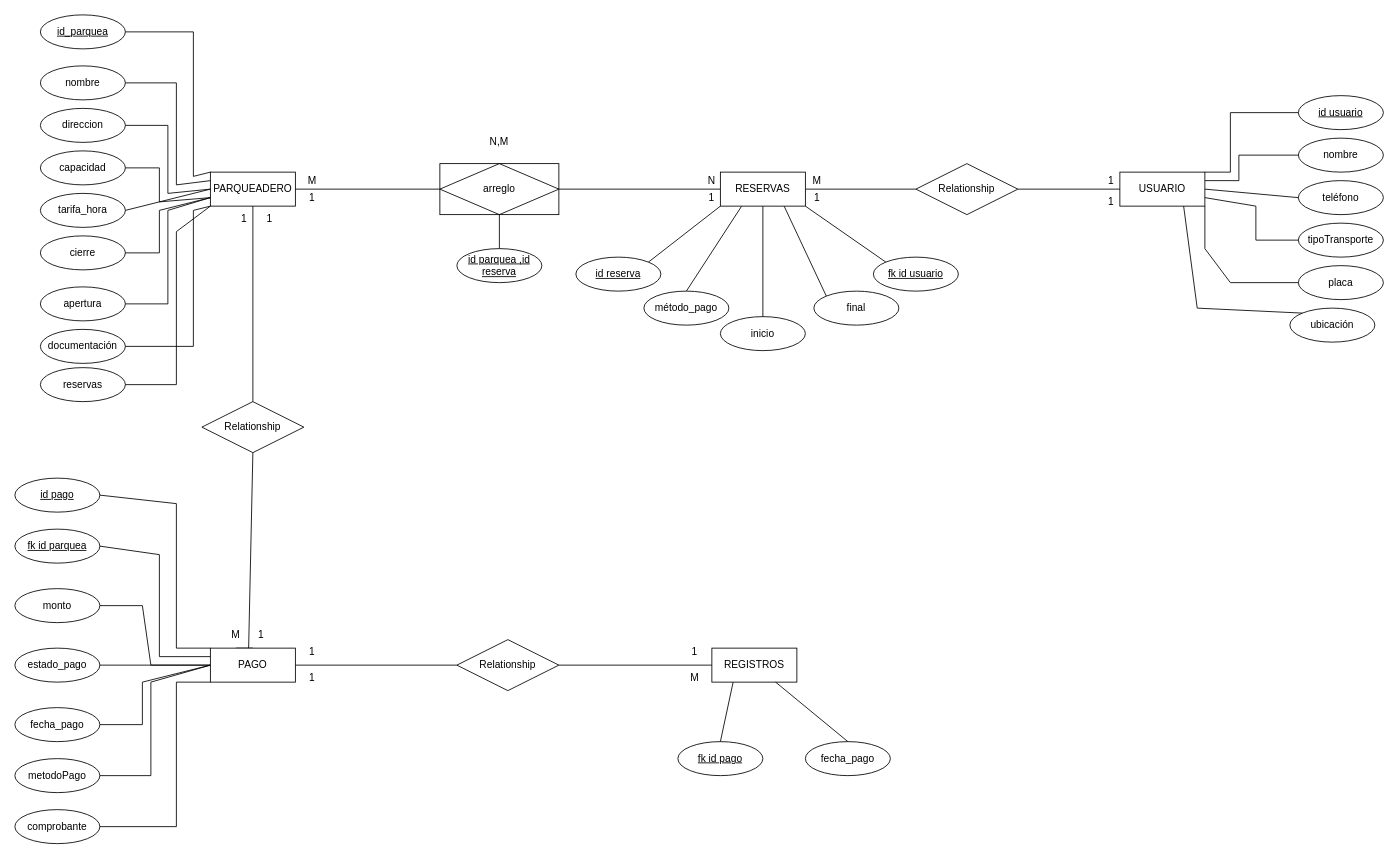
Above: jenny/Zona blue.drawio in juban1234/copia_seguridad (draw.io), before the change. Source tidied: cells renumbered, new cells numbered last; positions are measured from the earlier drawing's top-left corner, leaving out a move shared by most shapes. Both pictures are drawn from the tidied source at 85%, with x=0, y=0 at pixel (14, 14).
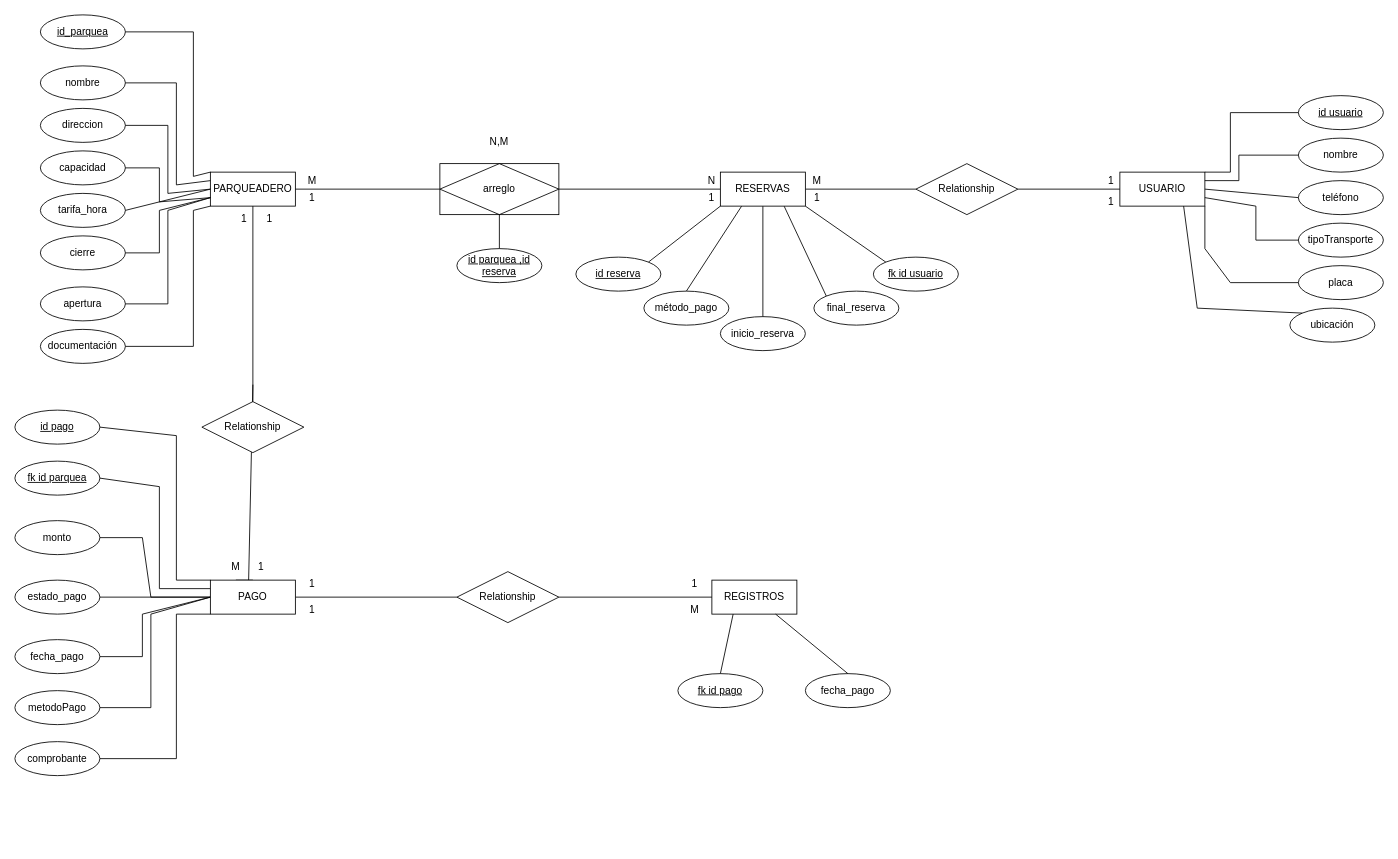
Above is the later version.

The change refers to these unchanged cells:
```xml
<mxCell id="3" value="PARQUEADERO" style="whiteSpace=wrap;html=1;align=center;" parent="1" vertex="1">
  <mxGeometry x="230" y="185" width="100" height="40" as="geometry" />
</mxCell>
```

The edit, as a diff of the source:
```diff
@@
     <mxCell id="20" value="REGISTROS" style="whiteSpace=wrap;html=1;align=center;" parent="1" vertex="1">
-      <mxGeometry x="820" y="745" width="100" height="40" as="geometry" />
+      <mxGeometry x="820" y="665" width="100" height="40" as="geometry" />
     </mxCell>
@@
-    <mxCell id="22" value="inicio" style="ellipse;whiteSpace=wrap;html=1;align=center;" parent="1" vertex="1">
+    <mxCell id="22" value="inicio_reserva" style="ellipse;whiteSpace=wrap;html=1;align=center;" parent="1" vertex="1">
       <mxGeometry x="830" y="355" width="100" height="40" as="geometry" />
     </mxCell>
-    <mxCell id="23" value="final" style="ellipse;whiteSpace=wrap;html=1;align=center;" parent="1" vertex="1">
+    <mxCell id="23" value="final_reserva" style="ellipse;whiteSpace=wrap;html=1;align=center;" parent="1" vertex="1">
       <mxGeometry x="940" y="325" width="100" height="40" as="geometry" />
     </mxCell>
@@
     <mxCell id="40" value="fecha_pago" style="ellipse;whiteSpace=wrap;html=1;align=center;" parent="1" vertex="1">
-      <mxGeometry x="930" y="855" width="100" height="40" as="geometry" />
+      <mxGeometry x="930" y="775" width="100" height="40" as="geometry" />
     </mxCell>
     <mxCell id="41" value="fk id pago" style="ellipse;whiteSpace=wrap;html=1;align=center;fontStyle=4;" parent="1" vertex="1">
-      <mxGeometry x="780" y="855" width="100" height="40" as="geometry" />
+      <mxGeometry x="780" y="775" width="100" height="40" as="geometry" />
     </mxCell>
@@
     <mxCell id="44" value="id pago" style="ellipse;whiteSpace=wrap;html=1;align=center;fontStyle=4;" parent="1" vertex="1">
-      <mxGeometry y="545" width="100" height="40" as="geometry" />
+      <mxGeometry y="465" width="100" height="40" as="geometry" />
     </mxCell>
     <mxCell id="45" value="fk id parquea" style="ellipse;whiteSpace=wrap;html=1;align=center;fontStyle=4;" parent="1" vertex="1">
-      <mxGeometry y="605" width="100" height="40" as="geometry" />
+      <mxGeometry y="525" width="100" height="40" as="geometry" />
     </mxCell>
     <mxCell id="46" value="monto" style="ellipse;whiteSpace=wrap;html=1;align=center;" parent="1" vertex="1">
-      <mxGeometry y="675" width="100" height="40" as="geometry" />
+      <mxGeometry y="595" width="100" height="40" as="geometry" />
     </mxCell>
     <mxCell id="47" value="fecha_pago" style="ellipse;whiteSpace=wrap;html=1;align=center;" parent="1" vertex="1">
-      <mxGeometry y="815" width="100" height="40" as="geometry" />
+      <mxGeometry y="735" width="100" height="40" as="geometry" />
     </mxCell>
     <mxCell id="48" value="metodoPago" style="ellipse;whiteSpace=wrap;html=1;align=center;" parent="1" vertex="1">
-      <mxGeometry y="875" width="100" height="40" as="geometry" />
+      <mxGeometry y="795" width="100" height="40" as="geometry" />
     </mxCell>
     <mxCell id="49" value="&lt;div style=&quot;text-align: left;&quot;&gt;&lt;span style=&quot;background-color: initial;&quot;&gt;estado_pago&lt;/span&gt;&lt;/div&gt;" style="ellipse;whiteSpace=wrap;html=1;align=center;" parent="1" vertex="1">
-      <mxGeometry y="745" width="100" height="40" as="geometry" />
+      <mxGeometry y="665" width="100" height="40" as="geometry" />
     </mxCell>
     <mxCell id="50" value="comprobante" style="ellipse;whiteSpace=wrap;html=1;align=center;" parent="1" vertex="1">
-      <mxGeometry y="935" width="100" height="40" as="geometry" />
+      <mxGeometry y="855" width="100" height="40" as="geometry" />
     </mxCell>
     <mxCell id="51" style="endArrow=none;html=1;rounded=0;exitX=1;exitY=0.5;exitDx=0;exitDy=0;entryX=0;entryY=0;entryDx=0;entryDy=0;" parent="1" edge="1" source="44">
       <mxGeometry relative="1" as="geometry">
-        <mxPoint x="230" y="745" as="targetPoint" />
+        <mxPoint x="230" y="665" as="targetPoint" />
         <Array as="points">
-          <mxPoint x="190" y="575" />
-          <mxPoint x="190" y="745" />
+          <mxPoint x="190" y="495" />
+          <mxPoint x="190" y="665" />
         </Array>
       </mxGeometry>
     </mxCell>
     <mxCell id="52" style="endArrow=none;html=1;rounded=0;exitX=1;exitY=0.5;exitDx=0;exitDy=0;entryX=0;entryY=0.25;entryDx=0;entryDy=0;" parent="1" edge="1" source="45">
       <mxGeometry relative="1" as="geometry">
-        <mxPoint x="230" y="755" as="targetPoint" />
+        <mxPoint x="230" y="675" as="targetPoint" />
         <Array as="points">
-          <mxPoint x="170" y="635" />
-          <mxPoint x="170" y="755" />
+          <mxPoint x="170" y="555" />
+          <mxPoint x="170" y="675" />
         </Array>
       </mxGeometry>
     </mxCell>
     <mxCell id="53" style="endArrow=none;html=1;rounded=0;exitX=1;exitY=0.5;exitDx=0;exitDy=0;entryX=0;entryY=0.5;entryDx=0;entryDy=0;" parent="1" edge="1" source="46">
       <mxGeometry relative="1" as="geometry">
-        <mxPoint x="230" y="765" as="targetPoint" />
+        <mxPoint x="230" y="685" as="targetPoint" />
         <Array as="points">
-          <mxPoint x="150" y="695" />
-          <mxPoint x="160" y="765" />
+          <mxPoint x="150" y="615" />
+          <mxPoint x="160" y="685" />
         </Array>
       </mxGeometry>
     </mxCell>
     <mxCell id="54" style="endArrow=none;html=1;rounded=0;exitX=1;exitY=0.5;exitDx=0;exitDy=0;entryX=0;entryY=1;entryDx=0;entryDy=0;" parent="1" edge="1" source="50">
       <mxGeometry relative="1" as="geometry">
-        <mxPoint x="230" y="785" as="targetPoint" />
+        <mxPoint x="230" y="705" as="targetPoint" />
         <Array as="points">
-          <mxPoint x="190" y="955" />
-          <mxPoint x="190" y="785" />
+          <mxPoint x="190" y="875" />
+          <mxPoint x="190" y="705" />
         </Array>
       </mxGeometry>
     </mxCell>
     <mxCell id="55" style="endArrow=none;html=1;rounded=0;exitX=1;exitY=0.5;exitDx=0;exitDy=0;entryX=0;entryY=0.5;entryDx=0;entryDy=0;" parent="1" edge="1" source="48">
       <mxGeometry relative="1" as="geometry">
-        <mxPoint x="230" y="765" as="targetPoint" />
+        <mxPoint x="230" y="685" as="targetPoint" />
         <Array as="points">
-          <mxPoint x="160" y="895" />
-          <mxPoint x="160" y="785" />
+          <mxPoint x="160" y="815" />
+          <mxPoint x="160" y="705" />
         </Array>
       </mxGeometry>
     </mxCell>
     <mxCell id="56" style="endArrow=none;html=1;rounded=0;exitX=1;exitY=0.5;exitDx=0;exitDy=0;entryX=0;entryY=0.5;entryDx=0;entryDy=0;" parent="1" edge="1" source="47">
       <mxGeometry relative="1" as="geometry">
-        <mxPoint x="230" y="765" as="targetPoint" />
+        <mxPoint x="230" y="685" as="targetPoint" />
         <Array as="points">
-          <mxPoint x="150" y="835" />
-          <mxPoint x="150" y="785" />
+          <mxPoint x="150" y="755" />
+          <mxPoint x="150" y="705" />
         </Array>
       </mxGeometry>
     </mxCell>
     <mxCell id="57" style="endArrow=none;html=1;rounded=0;exitX=1;exitY=0.5;exitDx=0;exitDy=0;entryX=0;entryY=0.5;entryDx=0;entryDy=0;" parent="1" edge="1" source="49">
       <mxGeometry relative="1" as="geometry">
-        <mxPoint x="230" y="765" as="targetPoint" />
+        <mxPoint x="230" y="685" as="targetPoint" />
       </mxGeometry>
     </mxCell>
@@
     <mxCell id="69" style="endArrow=none;html=1;rounded=0;exitX=1;exitY=0.5;exitDx=0;exitDy=0;entryX=0;entryY=0.5;entryDx=0;entryDy=0;" parent="1" edge="1">
       <mxGeometry relative="1" as="geometry">
-        <mxPoint x="330" y="765" as="sourcePoint" />
-        <mxPoint x="520" y="765" as="targetPoint" />
+        <mxPoint x="330" y="685" as="sourcePoint" />
+        <mxPoint x="520" y="685" as="targetPoint" />
       </mxGeometry>
     </mxCell>
     <mxCell id="70" style="endArrow=none;html=1;rounded=0;exitX=1;exitY=0.5;exitDx=0;exitDy=0;entryX=0;entryY=0.5;entryDx=0;entryDy=0;" parent="1" edge="1" target="20">
       <mxGeometry relative="1" as="geometry">
-        <mxPoint x="640" y="765" as="sourcePoint" />
+        <mxPoint x="640" y="685" as="sourcePoint" />
       </mxGeometry>
     </mxCell>
     <mxCell id="71" style="endArrow=none;html=1;rounded=0;exitX=0.75;exitY=1;exitDx=0;exitDy=0;entryX=0.5;entryY=1;entryDx=0;entryDy=0;" parent="1" edge="1" source="78">
       <mxGeometry relative="1" as="geometry">
-        <mxPoint x="280" y="515" as="targetPoint" />
+        <mxPoint x="280" y="435" as="targetPoint" />
       </mxGeometry>
     </mxCell>
@@
     <mxCell id="77" style="endArrow=none;html=1;rounded=0;exitX=0.5;exitY=0;exitDx=0;exitDy=0;entryX=0.5;entryY=1;entryDx=0;entryDy=0;" parent="1" edge="1" target="78">
       <mxGeometry relative="1" as="geometry">
-        <mxPoint x="280" y="745" as="sourcePoint" />
+        <mxPoint x="280" y="665" as="sourcePoint" />
       </mxGeometry>
     </mxCell>
     <mxCell id="78" value="M" style="text;strokeColor=none;align=center;fillColor=none;html=1;verticalAlign=middle;whiteSpace=wrap;rounded=0;" parent="1" vertex="1">
-      <mxGeometry x="230" y="715" width="60" height="30" as="geometry" />
+      <mxGeometry x="230" y="635" width="60" height="30" as="geometry" />
     </mxCell>
     <mxCell id="79" value="1" style="text;strokeColor=none;align=center;fillColor=none;html=1;verticalAlign=middle;whiteSpace=wrap;rounded=0;" parent="1" vertex="1">
-      <mxGeometry x="260" y="715" width="60" height="30" as="geometry" />
+      <mxGeometry x="260" y="635" width="60" height="30" as="geometry" />
     </mxCell>
@@
     <mxCell id="81" value="1" style="text;strokeColor=none;align=center;fillColor=none;html=1;verticalAlign=middle;whiteSpace=wrap;rounded=0;" parent="1" vertex="1">
-      <mxGeometry x="320" y="735" width="60" height="30" as="geometry" />
+      <mxGeometry x="320" y="655" width="60" height="30" as="geometry" />
     </mxCell>
     <mxCell id="82" value="M" style="text;strokeColor=none;align=center;fillColor=none;html=1;verticalAlign=middle;whiteSpace=wrap;rounded=0;" parent="1" vertex="1">
-      <mxGeometry x="770" y="765" width="60" height="30" as="geometry" />
+      <mxGeometry x="770" y="685" width="60" height="30" as="geometry" />
     </mxCell>
     <mxCell id="83" value="1" style="text;strokeColor=none;align=center;fillColor=none;html=1;verticalAlign=middle;whiteSpace=wrap;rounded=0;" parent="1" vertex="1">
-      <mxGeometry x="770" y="735" width="60" height="30" as="geometry" />
+      <mxGeometry x="770" y="655" width="60" height="30" as="geometry" />
     </mxCell>
     <mxCell id="84" value="1" style="text;strokeColor=none;align=center;fillColor=none;html=1;verticalAlign=middle;whiteSpace=wrap;rounded=0;" parent="1" vertex="1">
-      <mxGeometry x="320" y="765" width="60" height="30" as="geometry" />
+      <mxGeometry x="320" y="685" width="60" height="30" as="geometry" />
     </mxCell>
@@
     <mxCell id="89" value="PAGO" style="whiteSpace=wrap;html=1;align=center;" parent="1" vertex="1">
-      <mxGeometry x="230" y="745" width="100" height="40" as="geometry" />
+      <mxGeometry x="230" y="665" width="100" height="40" as="geometry" />
     </mxCell>
@@
     <mxCell id="93" value="Relationship" style="shape=rhombus;perimeter=rhombusPerimeter;whiteSpace=wrap;html=1;align=center;" parent="1" vertex="1">
-      <mxGeometry x="520" y="735" width="120" height="60" as="geometry" />
+      <mxGeometry x="520" y="655" width="120" height="60" as="geometry" />
     </mxCell>
-    <mxCell id="94" value="reservas" style="ellipse;whiteSpace=wrap;html=1;align=center;" parent="1" vertex="1">
-      <mxGeometry x="30" y="415" width="100" height="40" as="geometry" />
-    </mxCell>
-    <mxCell id="95" style="endArrow=none;html=1;rounded=0;exitX=1;exitY=0.5;exitDx=0;exitDy=0;entryX=0;entryY=1;entryDx=0;entryDy=0;" parent="1" edge="1" source="94" target="3">
-      <mxGeometry relative="1" as="geometry">
-        <Array as="points">
-          <mxPoint x="190" y="435" />
-          <mxPoint x="190" y="255" />
-        </Array>
-      </mxGeometry>
-    </mxCell>
```
